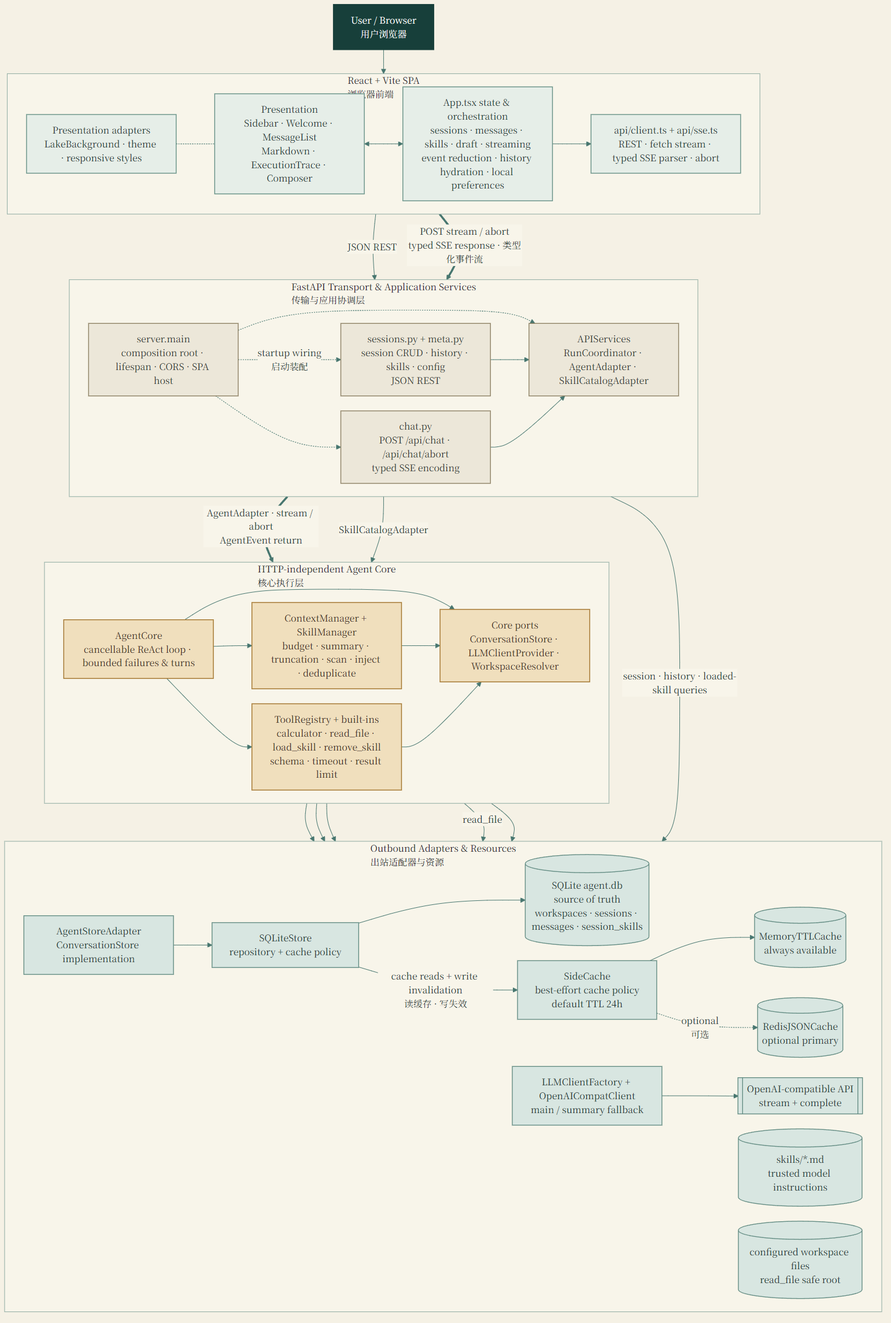
Above: docs/architecture.png in QQYmake/wenqv (Mermaid), before the change. Its source is kept beside it as docs/architecture.mmd.
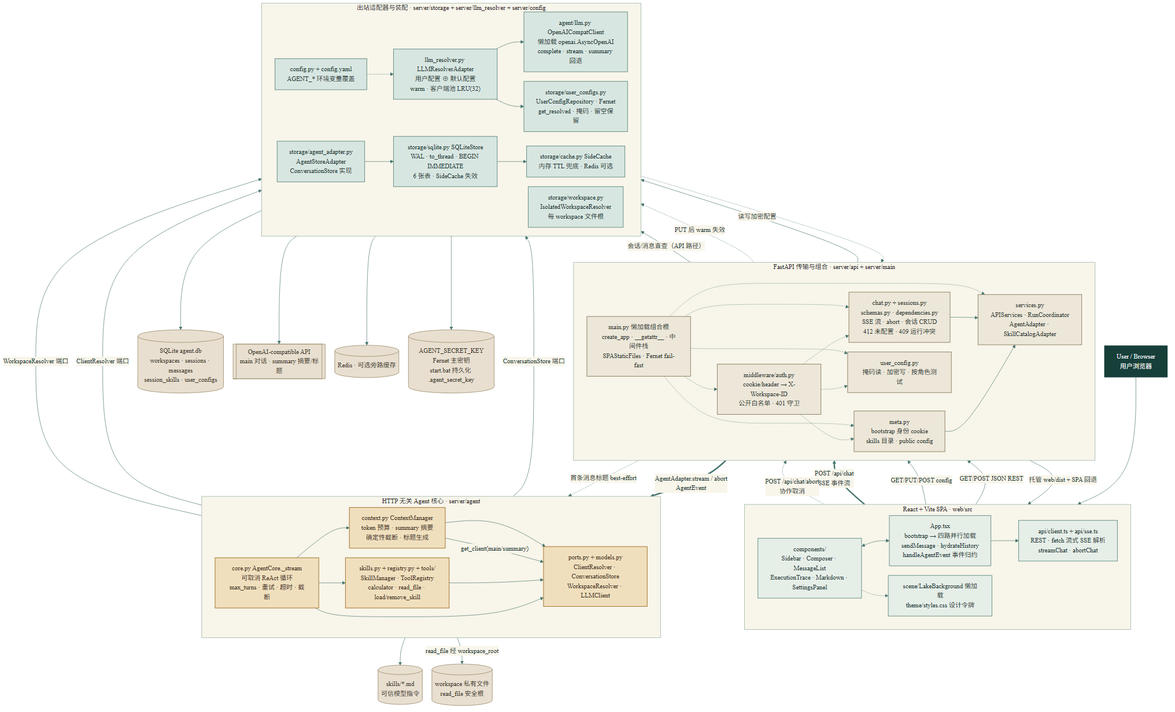
Later version of the same file.

Commit message:
docs: replace project-structure with architecture diagram

Diff of the diagram source:
```diff
@@ -1,89 +1,112 @@
-%%{init: {"theme": "base", "themeVariables": {"fontFamily": "LXGW WenKai Lite, LXGW WenKai, serif", "background": "#f5f1e5", "primaryColor": "#e6eee8", "primaryTextColor": "#173330", "primaryBorderColor": "#648f85", "lineColor": "#47766f", "secondaryColor": "#f0dfbd", "tertiaryColor": "#d8e6e1", "clusterBkg": "#f8f5ea", "clusterBorder": "#8ca89f", "edgeLabelBackground": "#f8f5ea"}, "flowchart": {"curve": "basis", "nodeSpacing": 26, "rankSpacing": 42}}}%%
+%%{init: {"theme": "base", "themeVariables": {"fontFamily": "LXGW WenKai Lite, LXGW WenKai, serif", "background": "#f5f1e5", "primaryColor": "#e6eee8", "primaryTextColor": "#173330", "primaryBorderColor": "#648f85", "lineColor": "#47766f", "secondaryColor": "#f0dfbd", "tertiaryColor": "#d8e6e1", "clusterBkg": "#f8f5ea", "clusterBorder": "#8ca89f", "edgeLabelBackground": "#f8f5ea"}, "flowchart": {"curve": "basis", "nodeSpacing": 24, "rankSpacing": 42}}}%%
 flowchart TB
   USER["User / Browser<br/>用户浏览器"]
 
-  subgraph WEB["React + Vite SPA<br/>浏览器前端"]
+  subgraph WEB["React + Vite SPA · web/src"]
     direction LR
-    VIEW["Presentation<br/>Sidebar · Welcome · MessageList<br/>Markdown · ExecutionTrace · Composer"]
-    APP["App.tsx state & orchestration<br/>sessions · messages · skills · draft · streaming<br/>event reduction · history hydration · local preferences"]
-    CLIENT["api/client.ts + api/sse.ts<br/>REST · fetch stream · typed SSE parser · abort"]
-    VISUAL["Presentation adapters<br/>LakeBackground · theme · responsive styles"]
+    APP["App.tsx<br/>bootstrap → 四路并行加载<br/>sendMessage · hydrateHistory<br/>handleAgentEvent 事件归约"]
+    VIEW["components/<br/>Sidebar · Composer · MessageList<br/>ExecutionTrace · Markdown · SettingsPanel"]
+    CLIENT["api/client.ts + api/sse.ts<br/>REST · fetch 流式 SSE 解析<br/>streamChat · abortChat"]
+    SCENE["scene/LakeBackground 懒加载<br/>theme/styles.css 设计令牌"]
 
-    VISUAL -.- VIEW
     VIEW <--> APP
     APP --> CLIENT
+    VIEW -.-> SCENE
   end
 
-  subgraph API["FastAPI Transport & Application Services<br/>传输与应用协调层"]
+  subgraph API["FastAPI 传输与组合 · server/api + server/main"]
     direction LR
-    ROOT["server.main<br/>composition root · lifespan · CORS · SPA host"]
-    REST["sessions.py + meta.py<br/>session CRUD · history · skills · config<br/>JSON REST"]
-    CHAT["chat.py<br/>POST /api/chat · /api/chat/abort<br/>typed SSE encoding"]
-    SERVICES["APIServices<br/>RunCoordinator · AgentAdapter · SkillCatalogAdapter"]
+    ROOT["main.py 懒加载组合根<br/>create_app · __getattr__ · 中间件栈<br/>SPAStaticFiles · Fernet fail-fast"]
+    AUTH["middleware/auth.py<br/>cookie/header → X-Workspace-ID<br/>公开白名单 · 401 守卫"]
+    ROUTES["chat.py + sessions.py<br/>schemas.py · dependencies.py<br/>SSE 流 · abort · 会话 CRUD<br/>412 未配置 · 409 运行冲突"]
+    META["meta.py<br/>bootstrap 身份 cookie<br/>skills 目录 · public config"]
+    UCONFIG["user_config.py<br/>掩码读 · 加密写 · 按角色测试"]
+    SERVICES["services.py<br/>APIServices · RunCoordinator<br/>AgentAdapter · SkillCatalogAdapter"]
 
-    ROOT -.->|"startup wiring<br/>启动装配"| REST
-    ROOT -.-> CHAT
+    ROOT -.-> AUTH
+    ROOT -.-> ROUTES
+    ROOT -.-> META
+    ROOT -.-> UCONFIG
     ROOT -.-> SERVICES
-    REST --> SERVICES
-    CHAT --> SERVICES
+    AUTH -.-> ROUTES
+    AUTH -.-> META
+    AUTH -.-> UCONFIG
+    ROUTES --> SERVICES
+    META --> SERVICES
   end
 
-  subgraph CORE["HTTP-independent Agent Core<br/>核心执行层"]
+  subgraph CORE["HTTP 无关 Agent 核心 · server/agent"]
     direction LR
-    LOOP["AgentCore<br/>cancellable ReAct loop · bounded failures & turns"]
-    POLICY["ContextManager + SkillManager<br/>budget · summary · truncation · scan · inject · deduplicate"]
-    TOOLS["ToolRegistry + built-ins<br/>calculator · read_file · load_skill · remove_skill<br/>schema · timeout · result limit"]
-    PORTS["Core ports<br/>ConversationStore · LLMClientProvider · WorkspaceResolver"]
+    LOOP["core.py AgentCore._stream<br/>可取消 ReAct 循环<br/>max_turns · 重试 · 超时 · 截断"]
+    CTX["context.py ContextManager<br/>token 预算 · summary 摘要<br/>确定性截断 · 标题生成"]
+    SKILLS["skills.py + registry.py + tools/<br/>SkillManager · ToolRegistry<br/>calculator · read_file · load/remove_skill"]
+    PORTS["ports.py + models.py<br/>ClientResolver · ConversationStore<br/>WorkspaceResolver · LLMClient"]
 
-    LOOP --> POLICY
-    LOOP --> TOOLS
+    LOOP --> CTX
+    LOOP --> SKILLS
     LOOP --> PORTS
-    POLICY --> PORTS
-    TOOLS --> PORTS
+    CTX --> PORTS
+    SKILLS --> PORTS
   end
 
-  subgraph INFRA["Outbound Adapters & Resources<br/>出站适配器与资源"]
+  subgraph INFRA["出站适配器与装配 · server/storage + server/llm_resolver + server/config"]
     direction LR
-    AGENT_STORE["AgentStoreAdapter<br/>ConversationStore implementation"]
-    SQLITE_STORE["SQLiteStore<br/>repository + cache policy"]
-    DB[("SQLite agent.db<br/>source of truth<br/>workspaces · sessions · messages · session_skills")]
-    CACHE["SideCache<br/>best-effort cache policy<br/>default TTL 24h"]
-    MEMORY[("MemoryTTLCache<br/>always available")]
-    REDIS[("RedisJSONCache<br/>optional primary")]
-    LLM_CLIENT["LLMClientFactory + OpenAICompatClient<br/>main / summary fallback"]
-    REMOTE[["OpenAI-compatible API<br/>stream + complete"]]
-    SKILL_FILES[("skills/*.md<br/>trusted model instructions")]
-    WORKSPACE[("configured workspace files<br/>read_file safe root")]
+    RESOLVER["llm_resolver.py LLMResolverAdapter<br/>用户配置 ⊕ 默认配置<br/>warm · 客户端池 LRU(32)"]
+    LLMCLIENT["agent/llm.py OpenAICompatClient<br/>懒加载 openai.AsyncOpenAI<br/>complete · stream · summary 回退"]
+    REPO["storage/user_configs.py<br/>UserConfigRepository · Fernet<br/>get_resolved · 掩码 · 留空保留"]
+    ADAPTER["storage/agent_adapter.py<br/>AgentStoreAdapter<br/>ConversationStore 实现"]
+    STORE["storage/sqlite.py SQLiteStore<br/>WAL · to_thread · BEGIN IMMEDIATE<br/>6 张表 · SideCache 失效"]
+    CACHE["storage/cache.py SideCache<br/>内存 TTL 兜底 · Redis 可选"]
+    WS["storage/workspace.py<br/>IsolatedWorkspaceResolver<br/>每 workspace 文件根"]
+    CFG["config.py + config.yaml<br/>AGENT_* 环境变量覆盖"]
 
-    AGENT_STORE --> SQLITE_STORE
-    SQLITE_STORE --> DB
-    SQLITE_STORE -->|"cache reads + write invalidation<br/>读缓存 · 写失效"| CACHE
-    CACHE --> MEMORY
-    CACHE -.->|"optional<br/>可选"| REDIS
-    LLM_CLIENT --> REMOTE
+    RESOLVER --> LLMCLIENT
+    RESOLVER --> REPO
+    ADAPTER --> STORE
+    STORE --> CACHE
+    CFG -.-> ROOT
+    CFG -.-> RESOLVER
   end
 
-  USER --> VIEW
-  CLIENT -->|"JSON REST"| REST
-  CLIENT ==>|"POST stream / abort<br/>typed SSE response · 类型化事件流"| CHAT
-  SERVICES ==>|"AgentAdapter · stream / abort<br/>AgentEvent return"| LOOP
-  SERVICES -->|"SkillCatalogAdapter"| POLICY
+  DB[("SQLite agent.db<br/>workspaces · sessions · messages<br/>session_skills · user_configs")]
+  REMOTE[["OpenAI-compatible API<br/>main 对话 · summary 摘要/标题"]]
+  REDIS[("Redis · 可选旁路缓存")]
+  SKILLFILES[("skills/*.md<br/>可信模型指令")]
+  WORKSPACEFILES[("workspace 私有文件<br/>read_file 安全根")]
+  SECRET[("AGENT_SECRET_KEY<br/>Fernet 主密钥<br/>start.bat 持久化 .agent_secret_key")]
 
-  SERVICES -->|"session · history · loaded-skill queries"| SQLITE_STORE
-  PORTS --> AGENT_STORE
-  PORTS --> LLM_CLIENT
-  POLICY --> SKILL_FILES
-  TOOLS -->|"read_file"| WORKSPACE
-  PORTS --> WORKSPACE
+  USER --> APP
+  CLIENT -->|"GET/POST JSON REST"| META
+  CLIENT -->|"GET/PUT/POST config"| UCONFIG
+  CLIENT ==>|"POST /api/chat<br/>SSE 事件流"| ROUTES
+  CLIENT -.->|"POST /api/chat/abort<br/>协作取消"| ROUTES
+  UCONFIG -->|"读写加密配置"| REPO
+  UCONFIG -.->|"PUT 后 warm 失效"| RESOLVER
+  SERVICES ==>|"AgentAdapter.stream / abort<br/>AgentEvent"| LOOP
+  ROUTES -.->|"首条消息标题 best-effort"| CTX
+  SERVICES -->|"会话/消息直查（API 路径）"| STORE
+  PORTS -->|"ConversationStore 端口"| ADAPTER
+  PORTS -->|"ClientResolver 端口"| RESOLVER
+  PORTS -->|"WorkspaceResolver 端口"| WS
+  CTX -->|"get_client(main/summary)"| PORTS
+  SKILLS --> SKILLFILES
+  SKILLS -->|"read_file 经 workspace_root"| WORKSPACEFILES
+  LLMCLIENT --> REMOTE
+  REPO --> SECRET
+  STORE --> DB
+  CACHE --> REDIS
+  ROOT -->|"托管 web/dist + SPA 回退"| CLIENT
 
   classDef actor fill:#173f3a,stroke:#173f3a,color:#ffffff,stroke-width:2px;
   classDef browser fill:#e6eee8,stroke:#648f85,color:#173330,stroke-width:1.4px;
   classDef application fill:#ece7d9,stroke:#8c8063,color:#2e342f,stroke-width:1.4px;
   classDef core fill:#f0dfbd,stroke:#a57832,color:#3a2b18,stroke-width:1.5px;
   classDef infrastructure fill:#d8e6e1,stroke:#638c83,color:#173330,stroke-width:1.4px;
+  classDef resource fill:#e8dfd0,stroke:#9a8a6a,color:#3a3428,stroke-width:1.2px;
 
   class USER actor;
-  class VIEW,APP,CLIENT,VISUAL browser;
-  class ROOT,REST,CHAT,SERVICES application;
-  class LOOP,POLICY,TOOLS,PORTS core;
-  class AGENT_STORE,SQLITE_STORE,DB,CACHE,MEMORY,REDIS,LLM_CLIENT,REMOTE,SKILL_FILES,WORKSPACE infrastructure;
+  class APP,VIEW,CLIENT,SCENE browser;
+  class ROOT,AUTH,ROUTES,META,UCONFIG,SERVICES application;
+  class LOOP,CTX,SKILLS,PORTS core;
+  class RESOLVER,LLMCLIENT,REPO,ADAPTER,STORE,CACHE,WS,CFG infrastructure;
+  class DB,REMOTE,REDIS,SKILLFILES,WORKSPACEFILES,SECRET resource;
```
